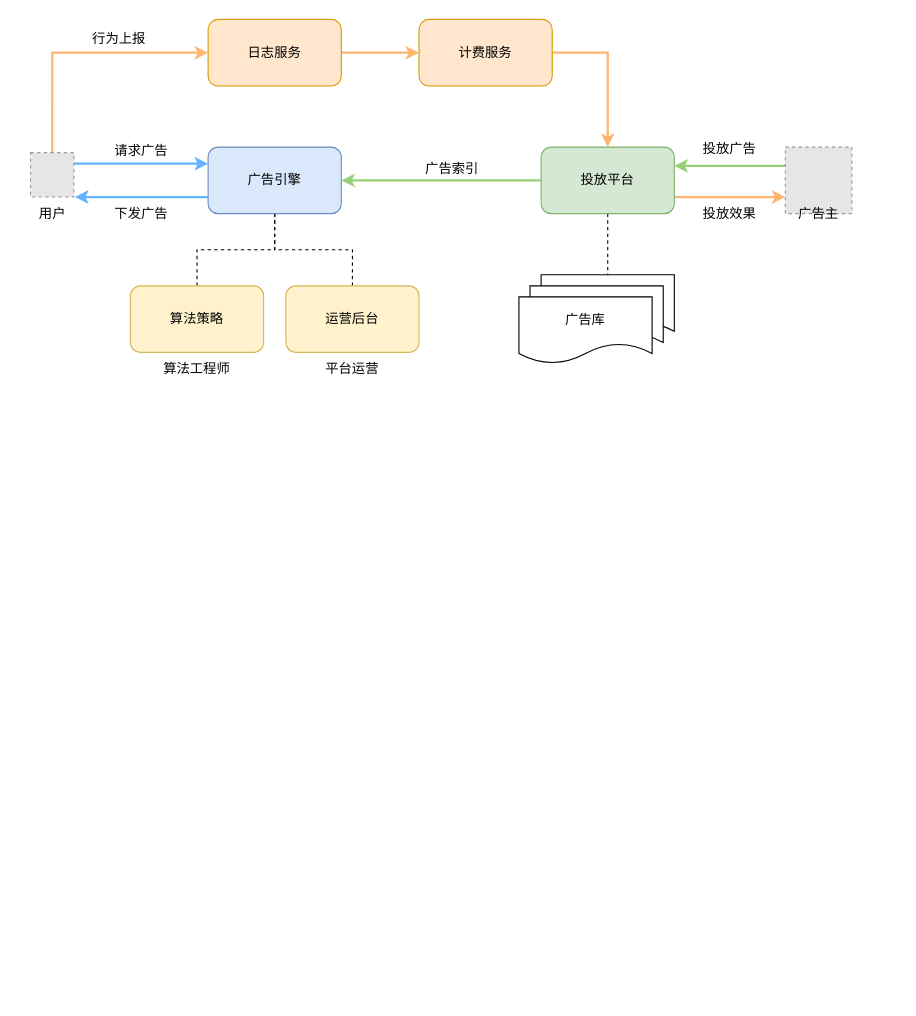
Before: ad_system.drawio in ZiqingYip/moment, a draw.io diagram. Source tidied: cells renumbered, new cells numbered last; positions are measured from the earlier drawing's top-left corner, leaving out a move shared by most shapes. Both pictures are drawn from the tidied source at 111%, with x=0, y=0 at pixel (19, 19). Pictures stored in the file or linked from it are replaced by grey dashed boxes.
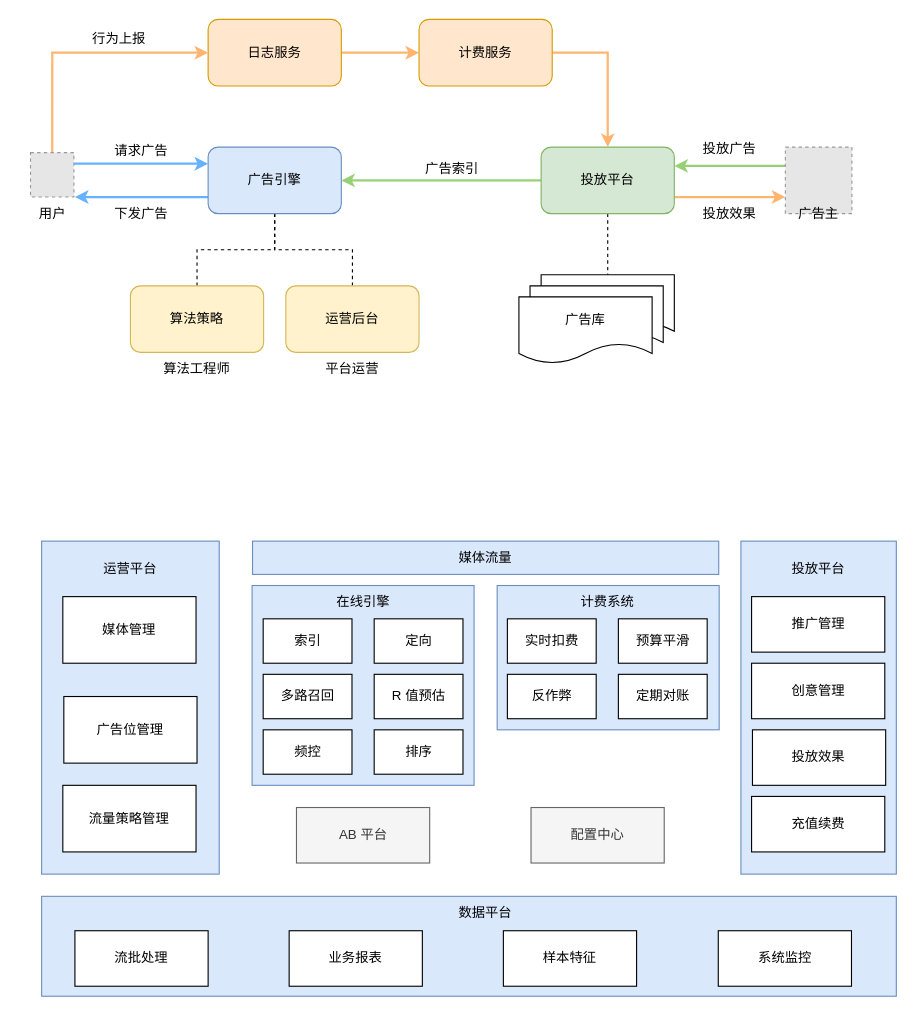
After the change.

The edit, as a diff of the source:
```diff
@@
+    <mxCell id="35" style="rounded=0;whiteSpace=wrap;html=1;fillColor=#dae8fc;strokeColor=#6c8ebf;" parent="1" vertex="1">
+      <mxGeometry x="20" y="790" width="770" height="90" as="geometry" />
+    </mxCell>
+    <mxCell id="36" value="数据平台" style="text;html=1;strokeColor=none;fillColor=none;align=center;verticalAlign=middle;whiteSpace=wrap;rounded=0;" parent="1" vertex="1">
+      <mxGeometry x="390" y="790" width="60" height="30" as="geometry" />
+    </mxCell>
+    <mxCell id="37" style="rounded=0;whiteSpace=wrap;html=1;fillColor=#dae8fc;strokeColor=#6c8ebf;" parent="1" vertex="1">
+      <mxGeometry x="650" y="470" width="140" height="300" as="geometry" />
+    </mxCell>
+    <mxCell id="38" style="rounded=0;whiteSpace=wrap;html=1;fillColor=#dae8fc;strokeColor=#6c8ebf;" parent="1" vertex="1">
+      <mxGeometry x="430.4" y="510" width="200" height="130" as="geometry" />
+    </mxCell>
+    <mxCell id="39" value="计费系统" style="text;html=1;strokeColor=none;fillColor=none;align=center;verticalAlign=middle;whiteSpace=wrap;rounded=0;" parent="1" vertex="1">
+      <mxGeometry x="500.4" y="510" width="60" height="30" as="geometry" />
+    </mxCell>
+    <mxCell id="40" style="rounded=0;whiteSpace=wrap;html=1;fillColor=#dae8fc;strokeColor=#6c8ebf;" parent="1" vertex="1">
+      <mxGeometry x="209.6" y="510" width="200" height="180" as="geometry" />
+    </mxCell>
+    <mxCell id="41" style="rounded=0;whiteSpace=wrap;html=1;fillColor=#dae8fc;strokeColor=#6c8ebf;" parent="1" vertex="1">
+      <mxGeometry x="20" y="470" width="160" height="300" as="geometry" />
+    </mxCell>
@@
+    <mxCell id="42" value="媒体管理" style="rounded=0;whiteSpace=wrap;html=1;" parent="1" vertex="1">
+      <mxGeometry x="39.1" y="520" width="120" height="60" as="geometry" />
+    </mxCell>
+    <mxCell id="43" value="广告位管理" style="rounded=0;whiteSpace=wrap;html=1;" parent="1" vertex="1">
+      <mxGeometry x="40" y="610" width="120" height="60" as="geometry" />
+    </mxCell>
+    <mxCell id="44" value="流量策略管理" style="rounded=0;whiteSpace=wrap;html=1;" parent="1" vertex="1">
+      <mxGeometry x="39.1" y="690" width="120" height="60" as="geometry" />
+    </mxCell>
+    <mxCell id="45" value="推广管理" style="rounded=0;whiteSpace=wrap;html=1;" parent="1" vertex="1">
+      <mxGeometry x="659.6" y="520" width="120" height="50" as="geometry" />
+    </mxCell>
+    <mxCell id="46" value="创意管理" style="rounded=0;whiteSpace=wrap;html=1;" parent="1" vertex="1">
+      <mxGeometry x="659.6" y="580" width="120" height="50" as="geometry" />
+    </mxCell>
+    <mxCell id="47" value="投放效果" style="rounded=0;whiteSpace=wrap;html=1;" parent="1" vertex="1">
+      <mxGeometry x="660.4" y="640" width="120" height="50" as="geometry" />
+    </mxCell>
+    <mxCell id="48" value="充值续费" style="rounded=0;whiteSpace=wrap;html=1;" parent="1" vertex="1">
+      <mxGeometry x="659.6" y="700" width="120" height="50" as="geometry" />
+    </mxCell>
+    <mxCell id="49" value="索引" style="rounded=0;whiteSpace=wrap;html=1;" parent="1" vertex="1">
+      <mxGeometry x="219.6" y="540" width="80" height="40" as="geometry" />
+    </mxCell>
+    <mxCell id="50" value="定向" style="rounded=0;whiteSpace=wrap;html=1;" parent="1" vertex="1">
+      <mxGeometry x="319.6" y="540" width="80" height="40" as="geometry" />
+    </mxCell>
+    <mxCell id="51" value="多路召回" style="rounded=0;whiteSpace=wrap;html=1;" parent="1" vertex="1">
+      <mxGeometry x="219.6" y="590" width="80" height="40" as="geometry" />
+    </mxCell>
+    <mxCell id="52" value="R 值预估" style="rounded=0;whiteSpace=wrap;html=1;" parent="1" vertex="1">
+      <mxGeometry x="319.6" y="590" width="80" height="40" as="geometry" />
+    </mxCell>
+    <mxCell id="53" value="频控" style="rounded=0;whiteSpace=wrap;html=1;" parent="1" vertex="1">
+      <mxGeometry x="219.6" y="640" width="80" height="40" as="geometry" />
+    </mxCell>
+    <mxCell id="54" value="排序" style="rounded=0;whiteSpace=wrap;html=1;" parent="1" vertex="1">
+      <mxGeometry x="319.6" y="640" width="80" height="40" as="geometry" />
+    </mxCell>
+    <mxCell id="55" value="实时扣费" style="rounded=0;whiteSpace=wrap;html=1;" parent="1" vertex="1">
+      <mxGeometry x="439.6" y="540" width="80" height="40" as="geometry" />
+    </mxCell>
+    <mxCell id="56" value="预算平滑" style="rounded=0;whiteSpace=wrap;html=1;" parent="1" vertex="1">
+      <mxGeometry x="539.6" y="540" width="80" height="40" as="geometry" />
+    </mxCell>
+    <mxCell id="57" value="反作弊" style="rounded=0;whiteSpace=wrap;html=1;" parent="1" vertex="1">
+      <mxGeometry x="439.6" y="590" width="80" height="40" as="geometry" />
+    </mxCell>
+    <mxCell id="58" value="定期对账" style="rounded=0;whiteSpace=wrap;html=1;" parent="1" vertex="1">
+      <mxGeometry x="539.6" y="590" width="80" height="40" as="geometry" />
+    </mxCell>
+    <mxCell id="59" value="AB 平台" style="rounded=0;whiteSpace=wrap;html=1;fillColor=#f5f5f5;fontColor=#333333;strokeColor=#666666;" parent="1" vertex="1">
+      <mxGeometry x="249.6" y="710" width="120" height="50" as="geometry" />
+    </mxCell>
+    <mxCell id="60" value="配置中心" style="rounded=0;whiteSpace=wrap;html=1;fillColor=#f5f5f5;fontColor=#333333;strokeColor=#666666;" parent="1" vertex="1">
+      <mxGeometry x="460.9" y="710" width="120" height="50" as="geometry" />
+    </mxCell>
+    <mxCell id="61" value="流批处理" style="rounded=0;whiteSpace=wrap;html=1;" parent="1" vertex="1">
+      <mxGeometry x="50" y="821" width="120" height="50" as="geometry" />
+    </mxCell>
+    <mxCell id="62" value="业务报表" style="rounded=0;whiteSpace=wrap;html=1;" parent="1" vertex="1">
+      <mxGeometry x="243" y="821" width="120" height="50" as="geometry" />
+    </mxCell>
+    <mxCell id="63" value="样本特征" style="rounded=0;whiteSpace=wrap;html=1;" parent="1" vertex="1">
+      <mxGeometry x="436" y="821" width="120" height="50" as="geometry" />
+    </mxCell>
+    <mxCell id="64" value="系统监控" style="rounded=0;whiteSpace=wrap;html=1;" parent="1" vertex="1">
+      <mxGeometry x="629.6" y="821" width="120" height="50" as="geometry" />
+    </mxCell>
+    <mxCell id="65" value="运营平台" style="text;html=1;strokeColor=none;fillColor=none;align=center;verticalAlign=middle;whiteSpace=wrap;rounded=0;" parent="1" vertex="1">
+      <mxGeometry x="70" y="480" width="60" height="30" as="geometry" />
+    </mxCell>
+    <mxCell id="66" value="在线引擎" style="text;html=1;strokeColor=none;fillColor=none;align=center;verticalAlign=middle;whiteSpace=wrap;rounded=0;" parent="1" vertex="1">
+      <mxGeometry x="279.6" y="510" width="60" height="30" as="geometry" />
+    </mxCell>
+    <mxCell id="67" value="投放平台" style="text;html=1;strokeColor=none;fillColor=none;align=center;verticalAlign=middle;whiteSpace=wrap;rounded=0;" parent="1" vertex="1">
+      <mxGeometry x="689.6" y="480" width="60" height="30" as="geometry" />
+    </mxCell>
+    <mxCell id="68" value="媒体流量" style="rounded=0;whiteSpace=wrap;html=1;fillColor=#dae8fc;strokeColor=#6c8ebf;" parent="1" vertex="1">
+      <mxGeometry x="210" y="470" width="420" height="30" as="geometry" />
+    </mxCell>
```
